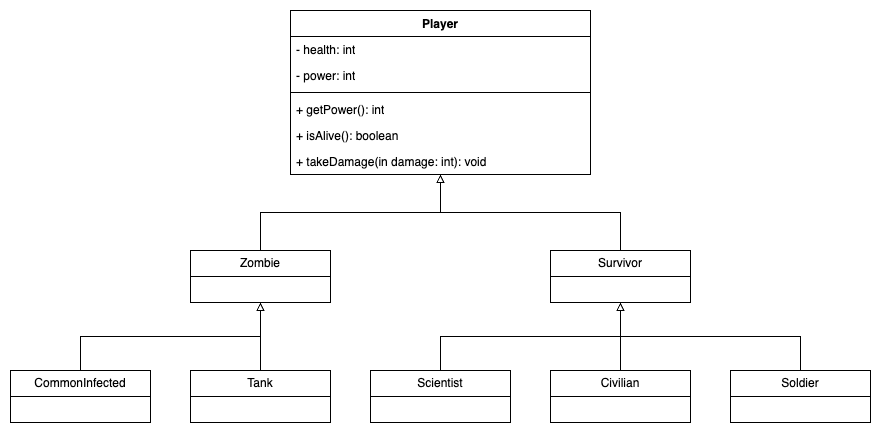
This is static/ZombieWar_UML.png from haark200/CSC422, a draw.io export, as it was before one commit. Source tidied: cells renumbered, new cells last; positions are measured from the earlier drawing's top-left corner, leaving out a move shared by most shapes. Source of this version:
```xml
<mxGraphModel>
  <root>
    <mxCell id="0" />
    <mxCell id="1" parent="0" />
    <mxCell id="2" value="Player" style="swimlane;fontStyle=1;align=center;verticalAlign=top;horizontal=1;startSize=26;whiteSpace=wrap;html=1;" parent="1" vertex="1">
      <mxGeometry x="280" width="300" height="164" as="geometry" />
    </mxCell>
    <mxCell id="3" value="- health: int" style="text;strokeColor=none;fillColor=none;align=left;verticalAlign=top;spacingLeft=4;spacingRight=4;overflow=hidden;whiteSpace=wrap;html=1;" parent="2" vertex="1">
      <mxGeometry y="26" width="300" height="26" as="geometry" />
    </mxCell>
    <mxCell id="4" value="- power: int" style="text;strokeColor=none;fillColor=none;align=left;verticalAlign=top;spacingLeft=4;spacingRight=4;overflow=hidden;whiteSpace=wrap;html=1;" parent="2" vertex="1">
      <mxGeometry y="52" width="300" height="26" as="geometry" />
    </mxCell>
    <mxCell id="5" style="line;strokeWidth=1;fillColor=none;align=left;verticalAlign=middle;spacingTop=-1;spacingLeft=3;spacingRight=3;labelPosition=right;strokeColor=inherit;" parent="2" vertex="1">
      <mxGeometry y="78" width="300" height="8" as="geometry" />
    </mxCell>
    <mxCell id="6" value="+ getPower(): int" style="text;strokeColor=none;fillColor=none;align=left;verticalAlign=top;spacingLeft=4;spacingRight=4;overflow=hidden;whiteSpace=wrap;html=1;" parent="2" vertex="1">
      <mxGeometry y="86" width="300" height="26" as="geometry" />
    </mxCell>
    <mxCell id="7" value="+ isAlive(): boolean" style="text;strokeColor=none;fillColor=none;align=left;verticalAlign=top;spacingLeft=4;spacingRight=4;overflow=hidden;whiteSpace=wrap;html=1;" parent="2" vertex="1">
      <mxGeometry y="112" width="300" height="26" as="geometry" />
    </mxCell>
    <mxCell id="8" value="+ takeDamage(in damage: int): void" style="text;strokeColor=none;fillColor=none;align=left;verticalAlign=top;spacingLeft=4;spacingRight=4;overflow=hidden;whiteSpace=wrap;html=1;" parent="2" vertex="1">
      <mxGeometry y="138" width="300" height="26" as="geometry" />
    </mxCell>
    <mxCell id="9" style="edgeStyle=orthogonalEdgeStyle;rounded=0;jettySize=auto;html=1;exitX=0.5;exitY=0;exitDx=0;exitDy=0;endArrow=block;endFill=0;" parent="1" edge="1" source="10" target="22">
      <mxGeometry relative="1" as="geometry" />
    </mxCell>
    <mxCell id="10" value="CommonInfected" style="swimlane;fontStyle=0;horizontal=1;startSize=26;fillColor=none;whiteSpace=wrap;html=1;" parent="1" vertex="1">
      <mxGeometry y="360" width="140" height="52" as="geometry" />
    </mxCell>
    <mxCell id="11" style="edgeStyle=orthogonalEdgeStyle;rounded=0;jettySize=auto;html=1;exitX=0.5;exitY=0;exitDx=0;exitDy=0;endArrow=block;endFill=0;" parent="1" edge="1" source="12" target="22">
      <mxGeometry relative="1" as="geometry" />
    </mxCell>
    <mxCell id="12" value="Tank" style="swimlane;fontStyle=0;horizontal=1;startSize=26;fillColor=none;whiteSpace=wrap;html=1;" parent="1" vertex="1">
      <mxGeometry x="180" y="360" width="140" height="52" as="geometry" />
    </mxCell>
    <mxCell id="13" style="edgeStyle=orthogonalEdgeStyle;rounded=0;jettySize=auto;html=1;exitX=0.5;exitY=0;exitDx=0;exitDy=0;endArrow=block;endFill=0;" parent="1" edge="1" source="14" target="20">
      <mxGeometry relative="1" as="geometry" />
    </mxCell>
    <mxCell id="14" value="Scientist" style="swimlane;fontStyle=0;horizontal=1;startSize=26;fillColor=none;whiteSpace=wrap;html=1;" parent="1" vertex="1">
      <mxGeometry x="360" y="360" width="140" height="52" as="geometry" />
    </mxCell>
    <mxCell id="15" style="edgeStyle=orthogonalEdgeStyle;rounded=0;jettySize=auto;html=1;exitX=0.5;exitY=0;exitDx=0;exitDy=0;endArrow=block;endFill=0;" parent="1" edge="1" source="16" target="20">
      <mxGeometry relative="1" as="geometry" />
    </mxCell>
    <mxCell id="16" value="Soldier" style="swimlane;fontStyle=0;horizontal=1;startSize=26;fillColor=none;whiteSpace=wrap;html=1;" parent="1" vertex="1">
      <mxGeometry x="720" y="360" width="140" height="52" as="geometry" />
    </mxCell>
    <mxCell id="17" style="edgeStyle=orthogonalEdgeStyle;rounded=0;jettySize=auto;html=1;exitX=0.5;exitY=0;exitDx=0;exitDy=0;endArrow=block;endFill=0;" parent="1" edge="1" source="18" target="20">
      <mxGeometry relative="1" as="geometry" />
    </mxCell>
    <mxCell id="18" value="Civilian" style="swimlane;fontStyle=0;horizontal=1;startSize=26;fillColor=none;whiteSpace=wrap;html=1;" parent="1" vertex="1">
      <mxGeometry x="540" y="360" width="140" height="52" as="geometry" />
    </mxCell>
    <mxCell id="19" style="edgeStyle=orthogonalEdgeStyle;rounded=0;jettySize=auto;html=1;exitX=0.5;exitY=0;exitDx=0;exitDy=0;endArrow=block;endFill=0;" parent="1" edge="1" source="20" target="2">
      <mxGeometry relative="1" as="geometry" />
    </mxCell>
    <mxCell id="20" value="Survivor" style="swimlane;fontStyle=0;horizontal=1;startSize=26;fillColor=none;whiteSpace=wrap;html=1;" parent="1" vertex="1">
      <mxGeometry x="540" y="240" width="140" height="52" as="geometry" />
    </mxCell>
    <mxCell id="21" style="edgeStyle=orthogonalEdgeStyle;rounded=0;jettySize=auto;html=1;exitX=0.5;exitY=0;exitDx=0;exitDy=0;endArrow=block;endFill=0;" parent="1" edge="1" source="22" target="2">
      <mxGeometry relative="1" as="geometry" />
    </mxCell>
    <mxCell id="22" value="Zombie" style="swimlane;fontStyle=0;horizontal=1;startSize=26;fillColor=none;whiteSpace=wrap;html=1;" parent="1" vertex="1">
      <mxGeometry x="180" y="240" width="140" height="52" as="geometry" />
    </mxCell>
  </root>
</mxGraphModel>
```
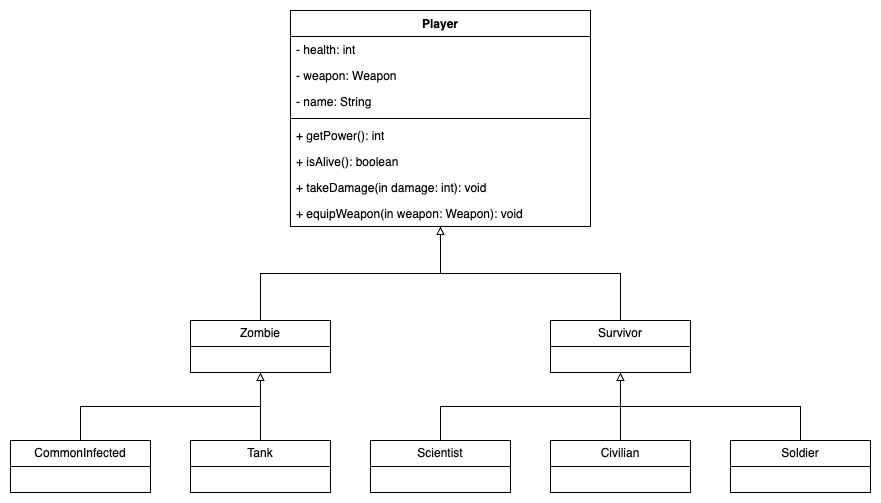
Above is the later version.

What changed in the source:
```diff
@@ -3,26 +3,32 @@
     <mxCell id="0" />
     <mxCell id="1" parent="0" />
     <mxCell id="2" value="Player" style="swimlane;fontStyle=1;align=center;verticalAlign=top;horizontal=1;startSize=26;whiteSpace=wrap;html=1;" parent="1" vertex="1">
-      <mxGeometry x="280" width="300" height="164" as="geometry" />
+      <mxGeometry x="280" y="-70" width="300" height="216" as="geometry" />
     </mxCell>
     <mxCell id="3" value="- health: int" style="text;strokeColor=none;fillColor=none;align=left;verticalAlign=top;spacingLeft=4;spacingRight=4;overflow=hidden;whiteSpace=wrap;html=1;" parent="2" vertex="1">
       <mxGeometry y="26" width="300" height="26" as="geometry" />
     </mxCell>
-    <mxCell id="4" value="- power: int" style="text;strokeColor=none;fillColor=none;align=left;verticalAlign=top;spacingLeft=4;spacingRight=4;overflow=hidden;whiteSpace=wrap;html=1;" parent="2" vertex="1">
+    <mxCell id="4" value="- weapon: Weapon" style="text;strokeColor=none;fillColor=none;align=left;verticalAlign=top;spacingLeft=4;spacingRight=4;overflow=hidden;whiteSpace=wrap;html=1;" parent="2" vertex="1">
       <mxGeometry y="52" width="300" height="26" as="geometry" />
     </mxCell>
+    <mxCell id="23" value="- name: String" style="text;strokeColor=none;fillColor=none;align=left;verticalAlign=top;spacingLeft=4;spacingRight=4;overflow=hidden;whiteSpace=wrap;html=1;" parent="2" vertex="1">
+      <mxGeometry y="78" width="300" height="26" as="geometry" />
+    </mxCell>
     <mxCell id="5" style="line;strokeWidth=1;fillColor=none;align=left;verticalAlign=middle;spacingTop=-1;spacingLeft=3;spacingRight=3;labelPosition=right;strokeColor=inherit;" parent="2" vertex="1">
-      <mxGeometry y="78" width="300" height="8" as="geometry" />
+      <mxGeometry y="104" width="300" height="8" as="geometry" />
     </mxCell>
     <mxCell id="6" value="+ getPower(): int" style="text;strokeColor=none;fillColor=none;align=left;verticalAlign=top;spacingLeft=4;spacingRight=4;overflow=hidden;whiteSpace=wrap;html=1;" parent="2" vertex="1">
-      <mxGeometry y="86" width="300" height="26" as="geometry" />
+      <mxGeometry y="112" width="300" height="26" as="geometry" />
     </mxCell>
     <mxCell id="7" value="+ isAlive(): boolean" style="text;strokeColor=none;fillColor=none;align=left;verticalAlign=top;spacingLeft=4;spacingRight=4;overflow=hidden;whiteSpace=wrap;html=1;" parent="2" vertex="1">
-      <mxGeometry y="112" width="300" height="26" as="geometry" />
+      <mxGeometry y="138" width="300" height="26" as="geometry" />
     </mxCell>
     <mxCell id="8" value="+ takeDamage(in damage: int): void" style="text;strokeColor=none;fillColor=none;align=left;verticalAlign=top;spacingLeft=4;spacingRight=4;overflow=hidden;whiteSpace=wrap;html=1;" parent="2" vertex="1">
-      <mxGeometry y="138" width="300" height="26" as="geometry" />
+      <mxGeometry y="164" width="300" height="26" as="geometry" />
     </mxCell>
+    <mxCell id="24" value="+ equipWeapon(in weapon: Weapon): void" style="text;strokeColor=none;fillColor=none;align=left;verticalAlign=top;spacingLeft=4;spacingRight=4;overflow=hidden;whiteSpace=wrap;html=1;" parent="2" vertex="1">
+      <mxGeometry y="190" width="300" height="26" as="geometry" />
+    </mxCell>
     <mxCell id="9" style="edgeStyle=orthogonalEdgeStyle;rounded=0;jettySize=auto;html=1;exitX=0.5;exitY=0;exitDx=0;exitDy=0;endArrow=block;endFill=0;" parent="1" edge="1" source="10" target="22">
       <mxGeometry relative="1" as="geometry" />
     </mxCell>
```
